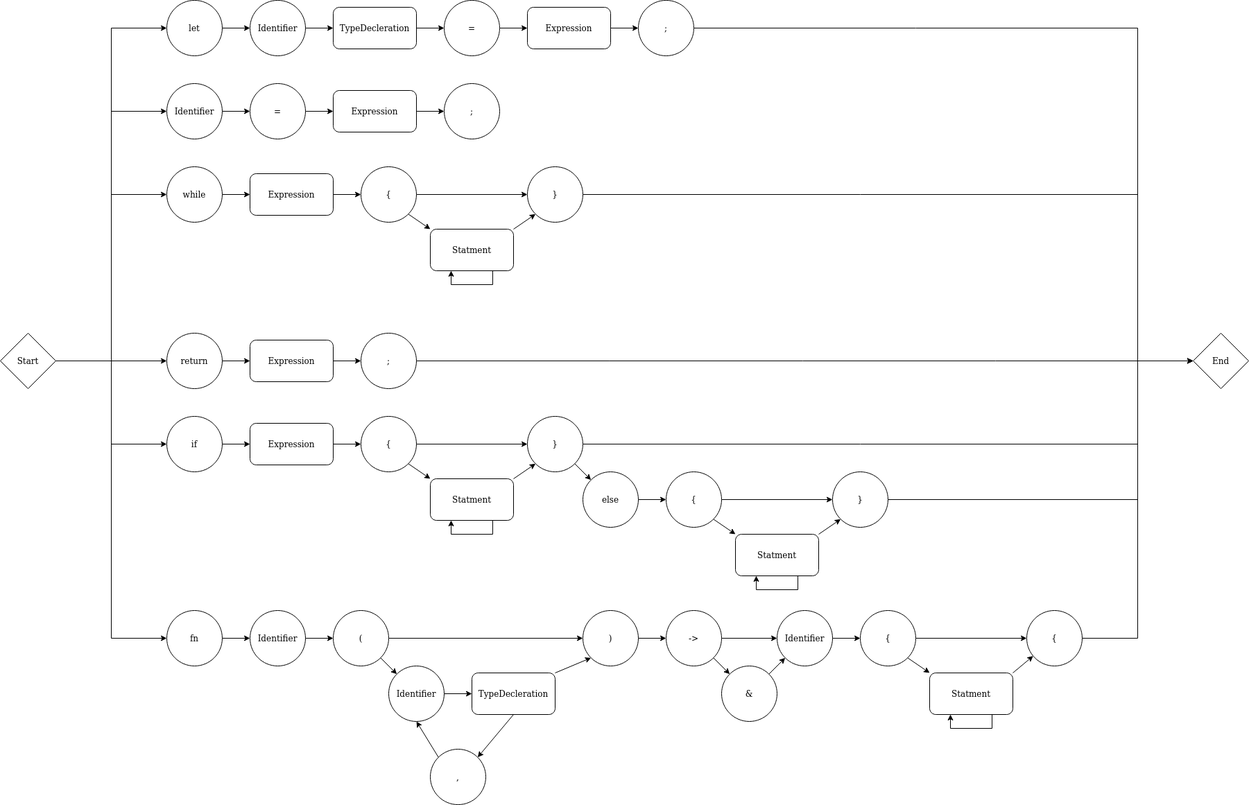
Before: images/parser/rubigo_statements.png, a diagram exported from draw.io (Blinningjr/rubigo-lang). Source tidied: cells renumbered, new cells last; positions are measured from the earlier drawing's top-left corner, leaving out a move shared by most shapes.
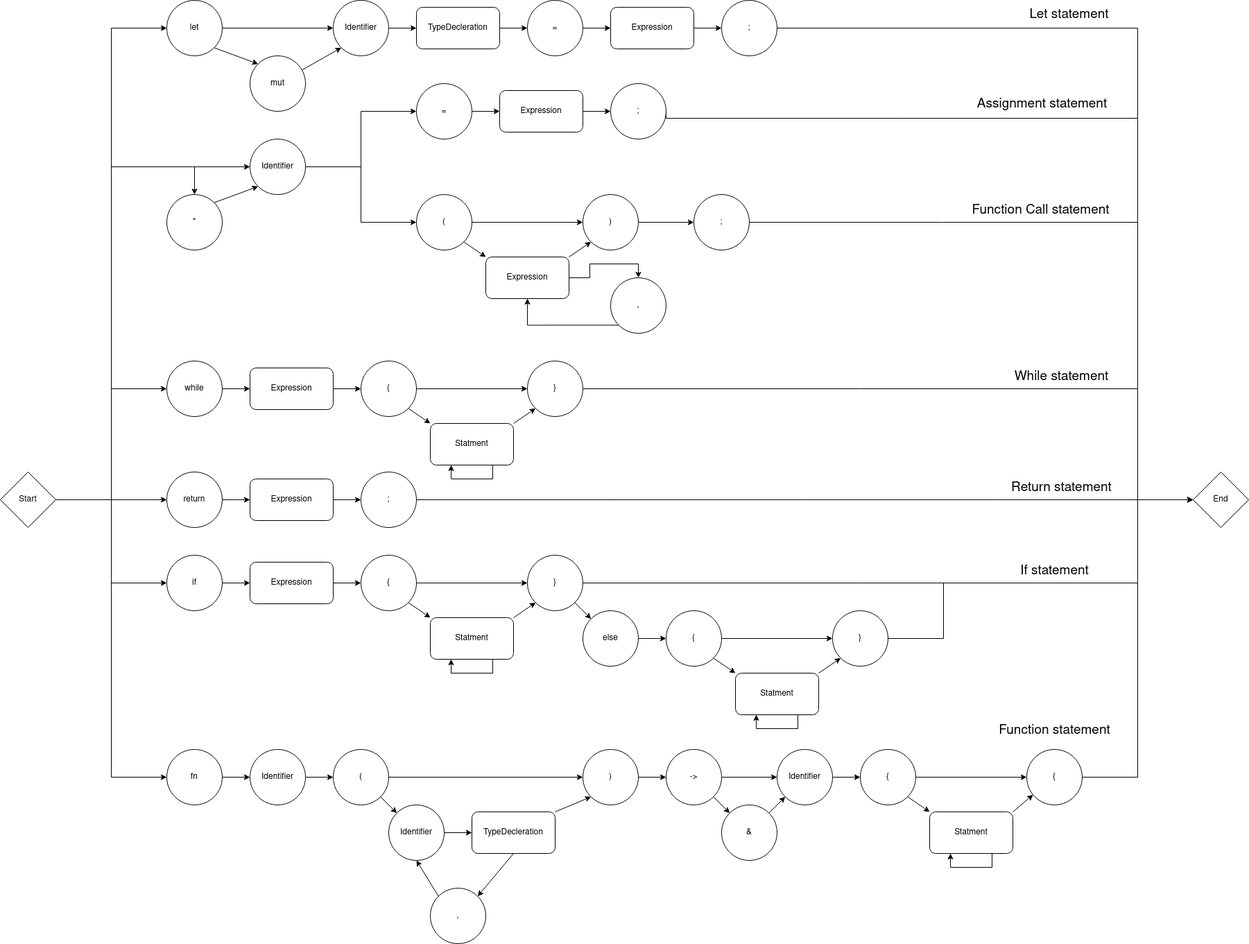
The same diagram one commit later.

Change to the diagram source:
```diff
@@ -2,79 +2,98 @@
   <root>
     <mxCell id="0" />
     <mxCell id="1" parent="0" />
+    <mxCell id="101" style="rounded=0;jettySize=auto;html=1;exitX=1;exitY=1;exitDx=0;exitDy=0;entryX=0;entryY=0;entryDx=0;entryDy=0;" parent="1" edge="1" source="3" target="107">
+      <mxGeometry relative="1" as="geometry" />
+    </mxCell>
-    <mxCell id="2" style="edgeStyle=orthogonalEdgeStyle;rounded=0;jettySize=auto;html=1;exitX=1;exitY=0.5;exitDx=0;exitDy=0;entryX=0;entryY=0.5;entryDx=0;entryDy=0;" parent="1" edge="1" source="3" target="5">
+    <mxCell id="2" style="edgeStyle=none;rounded=0;jettySize=auto;html=1;exitX=1;exitY=0.5;exitDx=0;exitDy=0;" parent="1" edge="1" source="3" target="5">
       <mxGeometry relative="1" as="geometry" />
     </mxCell>
     <mxCell id="3" value="let" style="ellipse;whiteSpace=wrap;html=1;" parent="1" vertex="1">
-      <mxGeometry x="240" width="80" height="80" as="geometry" />
+      <mxGeometry x="240" y="-200" width="80" height="80" as="geometry" />
     </mxCell>
     <mxCell id="4" style="edgeStyle=orthogonalEdgeStyle;rounded=0;jettySize=auto;html=1;exitX=1;exitY=0.5;exitDx=0;exitDy=0;" parent="1" edge="1" source="5" target="7">
       <mxGeometry relative="1" as="geometry" />
     </mxCell>
     <mxCell id="5" value="Identifier" style="ellipse;whiteSpace=wrap;html=1;" parent="1" vertex="1">
-      <mxGeometry x="360" width="80" height="80" as="geometry" />
+      <mxGeometry x="480" y="-200" width="80" height="80" as="geometry" />
     </mxCell>
     <mxCell id="6" style="edgeStyle=orthogonalEdgeStyle;rounded=0;jettySize=auto;html=1;exitX=1;exitY=0.5;exitDx=0;exitDy=0;" parent="1" edge="1" source="7" target="9">
       <mxGeometry relative="1" as="geometry" />
     </mxCell>
     <mxCell id="7" value="TypeDecleration" style="rounded=1;whiteSpace=wrap;html=1;" parent="1" vertex="1">
-      <mxGeometry x="480" y="10" width="120" height="60" as="geometry" />
+      <mxGeometry x="600" y="-190" width="120" height="60" as="geometry" />
     </mxCell>
     <mxCell id="8" style="edgeStyle=orthogonalEdgeStyle;rounded=0;jettySize=auto;html=1;exitX=1;exitY=0.5;exitDx=0;exitDy=0;" parent="1" edge="1" source="9" target="11">
       <mxGeometry relative="1" as="geometry" />
     </mxCell>
     <mxCell id="9" value="=" style="ellipse;whiteSpace=wrap;html=1;" parent="1" vertex="1">
-      <mxGeometry x="640" width="80" height="80" as="geometry" />
+      <mxGeometry x="760" y="-200" width="80" height="80" as="geometry" />
     </mxCell>
     <mxCell id="10" style="edgeStyle=orthogonalEdgeStyle;rounded=0;jettySize=auto;html=1;exitX=1;exitY=0.5;exitDx=0;exitDy=0;entryX=0;entryY=0.5;entryDx=0;entryDy=0;" parent="1" edge="1" source="11" target="13">
       <mxGeometry relative="1" as="geometry" />
     </mxCell>
     <mxCell id="11" value="Expression" style="rounded=1;whiteSpace=wrap;html=1;" parent="1" vertex="1">
-      <mxGeometry x="760" y="10" width="120" height="60" as="geometry" />
+      <mxGeometry x="880" y="-190" width="120" height="60" as="geometry" />
     </mxCell>
     <mxCell id="12" style="edgeStyle=orthogonalEdgeStyle;rounded=0;jettySize=auto;html=1;exitX=1;exitY=0.5;exitDx=0;exitDy=0;entryX=0;entryY=0.5;entryDx=0;entryDy=0;" parent="1" edge="1" source="13" target="100">
       <mxGeometry relative="1" as="geometry">
         <Array as="points">
-          <mxPoint x="1640" y="40" />
+          <mxPoint x="1640" y="-160" />
           <mxPoint x="1640" y="520" />
         </Array>
       </mxGeometry>
     </mxCell>
+    <mxCell id="102" value="Let statement" style="edgeLabel;html=1;align=center;verticalAlign=middle;fontSize=19;" parent="12" vertex="1">
+      <mxGeometry x="-0.64" y="4" relative="1" as="geometry">
+        <mxPoint x="190.6" y="-16" as="offset" />
+      </mxGeometry>
+    </mxCell>
     <mxCell id="13" value=";" style="ellipse;whiteSpace=wrap;html=1;" parent="1" vertex="1">
-      <mxGeometry x="920" width="80" height="80" as="geometry" />
+      <mxGeometry x="1040" y="-200" width="80" height="80" as="geometry" />
     </mxCell>
     <mxCell id="14" style="edgeStyle=orthogonalEdgeStyle;rounded=0;jettySize=auto;html=1;exitX=1;exitY=0.5;exitDx=0;exitDy=0;" parent="1" edge="1" source="15" target="17">
       <mxGeometry relative="1" as="geometry" />
     </mxCell>
+    <mxCell id="103" style="edgeStyle=orthogonalEdgeStyle;rounded=0;jettySize=auto;html=1;exitX=1;exitY=0.5;exitDx=0;exitDy=0;entryX=0;entryY=0.5;entryDx=0;entryDy=0;" parent="1" edge="1" source="15" target="112">
+      <mxGeometry relative="1" as="geometry" />
+    </mxCell>
     <mxCell id="15" value="Identifier" style="ellipse;whiteSpace=wrap;html=1;" parent="1" vertex="1">
-      <mxGeometry x="240" y="120" width="80" height="80" as="geometry" />
+      <mxGeometry x="360" width="80" height="80" as="geometry" />
     </mxCell>
     <mxCell id="16" style="edgeStyle=orthogonalEdgeStyle;rounded=0;jettySize=auto;html=1;exitX=1;exitY=0.5;exitDx=0;exitDy=0;" parent="1" edge="1" source="17" target="19">
       <mxGeometry relative="1" as="geometry" />
     </mxCell>
     <mxCell id="17" value="=" style="ellipse;whiteSpace=wrap;html=1;" parent="1" vertex="1">
-      <mxGeometry x="360" y="120" width="80" height="80" as="geometry" />
+      <mxGeometry x="600" y="-80" width="80" height="80" as="geometry" />
     </mxCell>
     <mxCell id="18" style="edgeStyle=orthogonalEdgeStyle;rounded=0;jettySize=auto;html=1;exitX=1;exitY=0.5;exitDx=0;exitDy=0;" parent="1" edge="1" source="19" target="20">
       <mxGeometry relative="1" as="geometry" />
     </mxCell>
     <mxCell id="19" value="Expression" style="rounded=1;whiteSpace=wrap;html=1;" parent="1" vertex="1">
-      <mxGeometry x="480" y="130" width="120" height="60" as="geometry" />
+      <mxGeometry x="720" y="-70" width="120" height="60" as="geometry" />
     </mxCell>
+    <mxCell id="104" style="edgeStyle=orthogonalEdgeStyle;rounded=0;jettySize=auto;html=1;exitX=1;exitY=0.5;exitDx=0;exitDy=0;entryX=0;entryY=0.5;entryDx=0;entryDy=0;" parent="1" edge="1" source="20" target="100">
+      <mxGeometry relative="1" as="geometry">
+        <Array as="points">
+          <mxPoint x="1640" y="-30" />
+          <mxPoint x="1640" y="520" />
+        </Array>
+      </mxGeometry>
+    </mxCell>
     <mxCell id="20" value=";" style="ellipse;whiteSpace=wrap;html=1;" parent="1" vertex="1">
-      <mxGeometry x="640" y="120" width="80" height="80" as="geometry" />
+      <mxGeometry x="880" y="-80" width="80" height="80" as="geometry" />
     </mxCell>
     <mxCell id="21" style="edgeStyle=orthogonalEdgeStyle;rounded=0;jettySize=auto;html=1;exitX=1;exitY=0.5;exitDx=0;exitDy=0;entryX=0;entryY=0.5;entryDx=0;entryDy=0;" parent="1" edge="1" source="22" target="24">
       <mxGeometry relative="1" as="geometry" />
     </mxCell>
     <mxCell id="22" value="while" style="ellipse;whiteSpace=wrap;html=1;" parent="1" vertex="1">
-      <mxGeometry x="240" y="240" width="80" height="80" as="geometry" />
+      <mxGeometry x="240" y="320" width="80" height="80" as="geometry" />
     </mxCell>
     <mxCell id="23" style="edgeStyle=orthogonalEdgeStyle;rounded=0;jettySize=auto;html=1;exitX=1;exitY=0.5;exitDx=0;exitDy=0;" parent="1" edge="1" source="24" target="27">
       <mxGeometry relative="1" as="geometry" />
     </mxCell>
     <mxCell id="24" value="Expression" style="rounded=1;whiteSpace=wrap;html=1;" parent="1" vertex="1">
-      <mxGeometry x="360" y="250" width="120" height="60" as="geometry" />
+      <mxGeometry x="360" y="330" width="120" height="60" as="geometry" />
     </mxCell>
     <mxCell id="25" style="rounded=0;jettySize=auto;html=1;exitX=1;exitY=1;exitDx=0;exitDy=0;entryX=0;entryY=0;entryDx=0;entryDy=0;" parent="1" edge="1" source="27" target="31">
       <mxGeometry relative="1" as="geometry" />
@@ -83,30 +102,30 @@
       <mxGeometry relative="1" as="geometry" />
     </mxCell>
     <mxCell id="27" value="{" style="ellipse;whiteSpace=wrap;html=1;" parent="1" vertex="1">
-      <mxGeometry x="520" y="240" width="80" height="80" as="geometry" />
+      <mxGeometry x="520" y="320" width="80" height="80" as="geometry" />
     </mxCell>
     <mxCell id="28" style="edgeStyle=orthogonalEdgeStyle;rounded=0;jettySize=auto;html=1;exitX=1;exitY=0.5;exitDx=0;exitDy=0;entryX=0;entryY=0.5;entryDx=0;entryDy=0;" parent="1" edge="1" source="29" target="100">
       <mxGeometry relative="1" as="geometry">
         <Array as="points">
-          <mxPoint x="1640" y="280" />
+          <mxPoint x="1640" y="360" />
           <mxPoint x="1640" y="520" />
         </Array>
       </mxGeometry>
     </mxCell>
     <mxCell id="29" value="}" style="ellipse;whiteSpace=wrap;html=1;" parent="1" vertex="1">
-      <mxGeometry x="760" y="240" width="80" height="80" as="geometry" />
+      <mxGeometry x="760" y="320" width="80" height="80" as="geometry" />
     </mxCell>
     <mxCell id="30" style="edgeStyle=none;rounded=0;jettySize=auto;html=1;exitX=1;exitY=0;exitDx=0;exitDy=0;entryX=0;entryY=1;entryDx=0;entryDy=0;" parent="1" edge="1" source="31" target="29">
       <mxGeometry relative="1" as="geometry" />
     </mxCell>
     <mxCell id="31" value="Statment" style="rounded=1;whiteSpace=wrap;html=1;" parent="1" vertex="1">
-      <mxGeometry x="620" y="330" width="120" height="60" as="geometry" />
+      <mxGeometry x="620" y="410" width="120" height="60" as="geometry" />
     </mxCell>
     <mxCell id="32" style="edgeStyle=orthogonalEdgeStyle;rounded=0;orthogonalLoop=1;jettySize=auto;html=1;exitX=0.75;exitY=1;exitDx=0;exitDy=0;entryX=0.25;entryY=1;entryDx=0;entryDy=0;" parent="1" edge="1" source="31" target="31">
       <mxGeometry relative="1" as="geometry">
         <Array as="points">
-          <mxPoint x="710" y="410" />
-          <mxPoint x="650" y="410" />
+          <mxPoint x="710" y="490" />
+          <mxPoint x="650" y="490" />
         </Array>
       </mxGeometry>
     </mxCell>
@@ -201,7 +220,9 @@
     <mxCell id="59" style="edgeStyle=orthogonalEdgeStyle;rounded=0;jettySize=auto;html=1;exitX=1;exitY=0.5;exitDx=0;exitDy=0;entryX=0;entryY=0.5;entryDx=0;entryDy=0;" parent="1" edge="1" source="60" target="100">
       <mxGeometry relative="1" as="geometry">
         <Array as="points">
-          <mxPoint x="1640" y="720" />
+          <mxPoint x="1360" y="720" />
+          <mxPoint x="1360" y="640" />
+          <mxPoint x="1640" y="640" />
           <mxPoint x="1640" y="520" />
         </Array>
       </mxGeometry>
@@ -309,7 +330,7 @@
       <mxGeometry relative="1" as="geometry">
         <Array as="points">
           <mxPoint x="160" y="520" />
-          <mxPoint x="160" y="40" />
+          <mxPoint x="160" y="-160" />
         </Array>
       </mxGeometry>
     </mxCell>
@@ -317,7 +338,7 @@
       <mxGeometry relative="1" as="geometry">
         <Array as="points">
           <mxPoint x="160" y="520" />
-          <mxPoint x="160" y="160" />
+          <mxPoint x="160" y="40" />
         </Array>
       </mxGeometry>
     </mxCell>
@@ -325,7 +346,7 @@
       <mxGeometry relative="1" as="geometry">
         <Array as="points">
           <mxPoint x="160" y="520" />
-          <mxPoint x="160" y="280" />
+          <mxPoint x="160" y="360" />
         </Array>
       </mxGeometry>
     </mxCell>
@@ -348,11 +369,107 @@
         </Array>
       </mxGeometry>
     </mxCell>
+    <mxCell id="105" style="edgeStyle=orthogonalEdgeStyle;rounded=0;jettySize=auto;html=1;exitX=1;exitY=0.5;exitDx=0;exitDy=0;entryX=0.5;entryY=0;entryDx=0;entryDy=0;" parent="1" edge="1" source="99" target="109">
+      <mxGeometry relative="1" as="geometry">
+        <Array as="points">
+          <mxPoint x="160" y="520" />
+          <mxPoint x="160" y="40" />
+          <mxPoint x="280" y="40" />
+        </Array>
+      </mxGeometry>
+    </mxCell>
     <mxCell id="99" value="Start" style="rhombus;whiteSpace=wrap;html=1;" parent="1" vertex="1">
       <mxGeometry y="480" width="80" height="80" as="geometry" />
     </mxCell>
     <mxCell id="100" value="End" style="rhombus;whiteSpace=wrap;html=1;" parent="1" vertex="1">
       <mxGeometry x="1720" y="480" width="80" height="80" as="geometry" />
     </mxCell>
+    <mxCell id="106" style="edgeStyle=none;rounded=0;jettySize=auto;html=1;entryX=0;entryY=1;entryDx=0;entryDy=0;" parent="1" edge="1" source="107" target="5">
+      <mxGeometry relative="1" as="geometry" />
+    </mxCell>
+    <mxCell id="107" value="mut" style="ellipse;whiteSpace=wrap;html=1;" parent="1" vertex="1">
+      <mxGeometry x="360" y="-120" width="80" height="80" as="geometry" />
+    </mxCell>
+    <mxCell id="108" style="edgeStyle=none;rounded=0;jettySize=auto;html=1;exitX=1;exitY=0;exitDx=0;exitDy=0;entryX=0;entryY=1;entryDx=0;entryDy=0;" parent="1" edge="1" source="109" target="15">
+      <mxGeometry relative="1" as="geometry" />
+    </mxCell>
+    <mxCell id="109" value="*" style="ellipse;whiteSpace=wrap;html=1;" parent="1" vertex="1">
+      <mxGeometry x="240" y="80" width="80" height="80" as="geometry" />
+    </mxCell>
+    <mxCell id="110" style="edgeStyle=orthogonalEdgeStyle;rounded=0;jettySize=auto;html=1;exitX=1;exitY=0.5;exitDx=0;exitDy=0;entryX=0;entryY=0.5;entryDx=0;entryDy=0;" parent="1" edge="1" source="112" target="114">
+      <mxGeometry relative="1" as="geometry" />
+    </mxCell>
+    <mxCell id="111" style="rounded=0;jettySize=auto;html=1;exitX=1;exitY=1;exitDx=0;exitDy=0;entryX=0;entryY=0;entryDx=0;entryDy=0;" parent="1" edge="1" source="112" target="119">
+      <mxGeometry relative="1" as="geometry" />
+    </mxCell>
+    <mxCell id="112" value="(" style="ellipse;whiteSpace=wrap;html=1;" parent="1" vertex="1">
+      <mxGeometry x="600" y="80" width="80" height="80" as="geometry" />
+    </mxCell>
+    <mxCell id="113" style="edgeStyle=orthogonalEdgeStyle;rounded=0;jettySize=auto;html=1;exitX=1;exitY=0.5;exitDx=0;exitDy=0;" parent="1" edge="1" source="114" target="116">
+      <mxGeometry relative="1" as="geometry" />
+    </mxCell>
+    <mxCell id="114" value=")" style="ellipse;whiteSpace=wrap;html=1;" parent="1" vertex="1">
+      <mxGeometry x="840" y="80" width="80" height="80" as="geometry" />
+    </mxCell>
+    <mxCell id="115" style="edgeStyle=orthogonalEdgeStyle;rounded=0;jettySize=auto;html=1;exitX=1;exitY=0.5;exitDx=0;exitDy=0;entryX=0;entryY=0.5;entryDx=0;entryDy=0;" parent="1" edge="1" source="116" target="100">
+      <mxGeometry relative="1" as="geometry">
+        <Array as="points">
+          <mxPoint x="1640" y="120" />
+          <mxPoint x="1640" y="520" />
+        </Array>
+      </mxGeometry>
+    </mxCell>
+    <mxCell id="116" value=";" style="ellipse;whiteSpace=wrap;html=1;" parent="1" vertex="1">
+      <mxGeometry x="1000" y="80" width="80" height="80" as="geometry" />
+    </mxCell>
+    <mxCell id="117" style="edgeStyle=none;rounded=0;jettySize=auto;html=1;exitX=1;exitY=0;exitDx=0;exitDy=0;entryX=0;entryY=1;entryDx=0;entryDy=0;" parent="1" edge="1" source="119" target="114">
+      <mxGeometry relative="1" as="geometry" />
+    </mxCell>
+    <mxCell id="118" style="edgeStyle=orthogonalEdgeStyle;rounded=0;jettySize=auto;html=1;exitX=1;exitY=0.5;exitDx=0;exitDy=0;entryX=0.5;entryY=0;entryDx=0;entryDy=0;" parent="1" edge="1" source="119" target="121">
+      <mxGeometry relative="1" as="geometry" />
+    </mxCell>
+    <mxCell id="119" value="Expression" style="rounded=1;whiteSpace=wrap;html=1;" parent="1" vertex="1">
+      <mxGeometry x="700" y="170" width="120" height="60" as="geometry" />
+    </mxCell>
+    <mxCell id="120" style="edgeStyle=orthogonalEdgeStyle;rounded=0;jettySize=auto;html=1;exitX=0;exitY=1;exitDx=0;exitDy=0;entryX=0.5;entryY=1;entryDx=0;entryDy=0;" parent="1" edge="1" source="121" target="119">
+      <mxGeometry relative="1" as="geometry">
+        <Array as="points">
+          <mxPoint x="760" y="268" />
+        </Array>
+      </mxGeometry>
+    </mxCell>
+    <mxCell id="121" value="," style="ellipse;whiteSpace=wrap;html=1;" parent="1" vertex="1">
+      <mxGeometry x="880" y="200" width="80" height="80" as="geometry" />
+    </mxCell>
+    <mxCell id="122" value="Assignment statement" style="edgeLabel;html=1;align=center;verticalAlign=middle;fontSize=19;" parent="1" vertex="1">
+      <mxGeometry x="1520" y="-160" as="geometry">
+        <mxPoint x="-19" y="109" as="offset" />
+      </mxGeometry>
+    </mxCell>
+    <mxCell id="123" value="Function Call statement" style="edgeLabel;html=1;align=center;verticalAlign=middle;fontSize=19;" parent="1" vertex="1">
+      <mxGeometry x="1510" y="-40" as="geometry">
+        <mxPoint x="-11" y="142" as="offset" />
+      </mxGeometry>
+    </mxCell>
+    <mxCell id="124" value="While statement" style="edgeLabel;html=1;align=center;verticalAlign=middle;fontSize=19;" parent="1" vertex="1">
+      <mxGeometry x="1540" y="200" as="geometry">
+        <mxPoint x="-11" y="142" as="offset" />
+      </mxGeometry>
+    </mxCell>
+    <mxCell id="125" value="Return statement" style="edgeLabel;html=1;align=center;verticalAlign=middle;fontSize=19;" parent="1" vertex="1">
+      <mxGeometry x="1540" y="360" as="geometry">
+        <mxPoint x="-11" y="142" as="offset" />
+      </mxGeometry>
+    </mxCell>
+    <mxCell id="126" value="If statement" style="edgeLabel;html=1;align=center;verticalAlign=middle;fontSize=19;" parent="1" vertex="1">
+      <mxGeometry x="1530" y="480" as="geometry">
+        <mxPoint x="-11" y="142" as="offset" />
+      </mxGeometry>
+    </mxCell>
+    <mxCell id="127" value="Function statement" style="edgeLabel;html=1;align=center;verticalAlign=middle;fontSize=19;" parent="1" vertex="1">
+      <mxGeometry x="1530" y="710" as="geometry">
+        <mxPoint x="-11" y="142" as="offset" />
+      </mxGeometry>
+    </mxCell>
   </root>
 </mxGraphModel>
```
